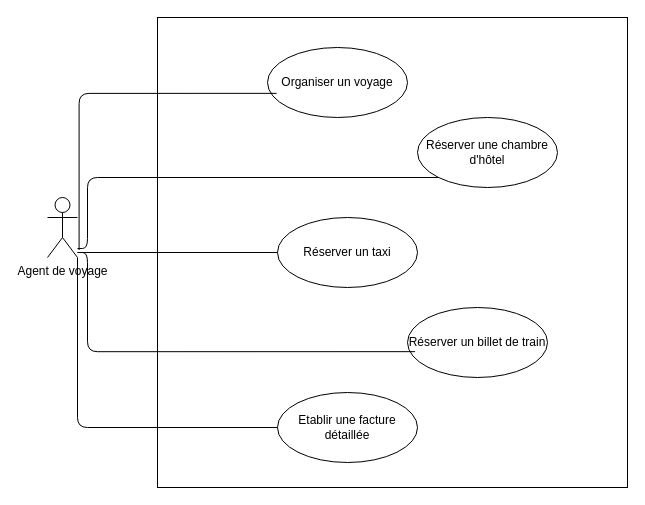
Earlier version of the draw.io diagram Untitled Diagram.drawio (M-benrhabra/UML). Source tidied: cells renumbered, new cells numbered last; positions are measured from the earlier drawing's top-left corner, leaving out a move shared by most shapes. Both pictures are drawn from the tidied source at 100%, with x=0, y=0 at pixel (47, 17).
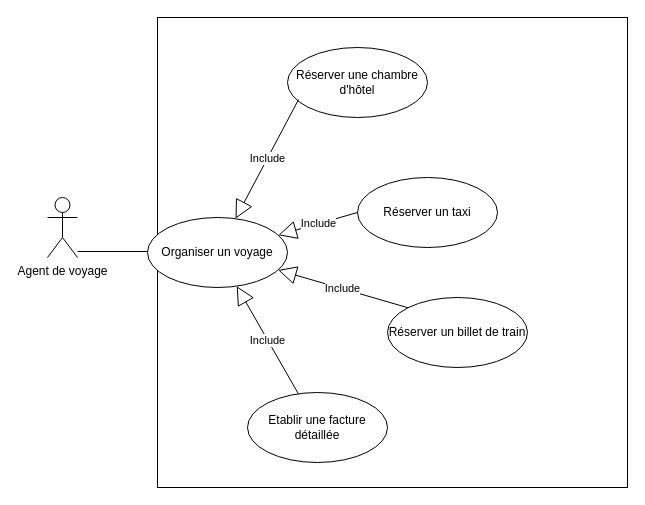
The same diagram, later.

What changed in the source:
```diff
@@
 <mxGraphModel>
   <root>
     <mxCell id="0" />
     <mxCell id="1" parent="0" />
     <mxCell id="2" style="whiteSpace=wrap;html=1;" parent="1" vertex="1">
       <mxGeometry x="110" width="470" height="470" as="geometry" />
     </mxCell>
     <mxCell id="3" value="Agent de voyage" style="shape=umlActor;verticalLabelPosition=bottom;verticalAlign=top;html=1;" parent="1" vertex="1">
       <mxGeometry y="180" width="30" height="60" as="geometry" />
     </mxCell>
     <mxCell id="4" value="Organiser un voyage" style="ellipse;whiteSpace=wrap;html=1;" parent="1" vertex="1">
-      <mxGeometry x="220" y="30" width="140" height="70" as="geometry" />
+      <mxGeometry x="100" y="200" width="140" height="70" as="geometry" />
     </mxCell>
     <mxCell id="5" value="Réserver une chambre d'hôtel" style="ellipse;whiteSpace=wrap;html=1;" parent="1" vertex="1">
-      <mxGeometry x="370" y="100" width="140" height="70" as="geometry" />
+      <mxGeometry x="240" y="30" width="140" height="70" as="geometry" />
     </mxCell>
     <mxCell id="6" value="Réserver un taxi" style="ellipse;whiteSpace=wrap;html=1;" parent="1" vertex="1">
-      <mxGeometry x="230" y="200" width="140" height="70" as="geometry" />
+      <mxGeometry x="310" y="160" width="140" height="70" as="geometry" />
     </mxCell>
     <mxCell id="7" value="Réserver un billet de train" style="ellipse;whiteSpace=wrap;html=1;" parent="1" vertex="1">
-      <mxGeometry x="360" y="290" width="140" height="70" as="geometry" />
+      <mxGeometry x="340" y="280" width="140" height="70" as="geometry" />
     </mxCell>
     <mxCell id="8" value="Etablir une facture détaillée" style="ellipse;whiteSpace=wrap;html=1;" parent="1" vertex="1">
-      <mxGeometry x="230" y="375" width="140" height="70" as="geometry" />
+      <mxGeometry x="200" y="375" width="140" height="70" as="geometry" />
     </mxCell>
-    <mxCell id="9" style="line;strokeWidth=1;fillColor=none;align=left;verticalAlign=middle;spacingTop=-1;spacingLeft=3;spacingRight=3;labelPosition=right;points=[];portConstraint=eastwest;" parent="1" vertex="1">
-      <mxGeometry x="30" y="231" width="200" height="8" as="geometry" />
-    </mxCell>
-    <mxCell id="10" style="endArrow=none;html=1;edgeStyle=orthogonalEdgeStyle;entryX=0.065;entryY=0.655;entryDx=0;entryDy=0;entryPerimeter=0;exitX=0.008;exitY=0.187;exitDx=0;exitDy=0;exitPerimeter=0;" parent="1" edge="1" source="9" target="4">
-      <mxGeometry relative="1" as="geometry">
-        <Array as="points">
-          <mxPoint x="32" y="76" />
-        </Array>
-      </mxGeometry>
-    </mxCell>
-    <mxCell id="11" style="endArrow=none;html=1;edgeStyle=orthogonalEdgeStyle;" parent="1" edge="1" target="5">
-      <mxGeometry relative="1" as="geometry">
-        <mxPoint x="30" y="231" as="sourcePoint" />
-        <Array as="points">
-          <mxPoint x="40" y="160" />
-        </Array>
-      </mxGeometry>
-    </mxCell>
-    <mxCell id="12" style="endArrow=none;html=1;edgeStyle=orthogonalEdgeStyle;entryX=0.054;entryY=0.631;entryDx=0;entryDy=0;entryPerimeter=0;" parent="1" edge="1" target="7">
-      <mxGeometry relative="1" as="geometry">
-        <mxPoint x="30" y="235" as="sourcePoint" />
-        <Array as="points">
-          <mxPoint x="40" y="334" />
-        </Array>
-      </mxGeometry>
-    </mxCell>
-    <mxCell id="13" style="endArrow=none;html=1;edgeStyle=orthogonalEdgeStyle;" parent="1" edge="1" source="3" target="8">
-      <mxGeometry relative="1" as="geometry">
-        <Array as="points">
-          <mxPoint x="30" y="410" />
-        </Array>
-      </mxGeometry>
-    </mxCell>
+    <mxCell id="14" style="line;strokeWidth=1;fillColor=none;align=left;verticalAlign=middle;spacingTop=-1;spacingLeft=3;spacingRight=3;labelPosition=right;" parent="1" vertex="1">
+      <mxGeometry x="30" y="230" width="70" height="8" as="geometry" />
+    </mxCell>
+    <mxCell id="15" value="Include" style="endArrow=block;endSize=16;endFill=0;html=1;exitX=0;exitY=0;exitDx=0;exitDy=0;" parent="1" edge="1" source="7" target="4">
+      <mxGeometry relative="1" as="geometry" />
+    </mxCell>
+    <mxCell id="16" value="Include" style="endArrow=block;endSize=16;endFill=0;html=1;" parent="1" edge="1" source="8" target="4">
+      <mxGeometry relative="1" as="geometry" />
+    </mxCell>
+    <mxCell id="17" value="Include" style="endArrow=block;endSize=16;endFill=0;html=1;exitX=0;exitY=0.5;exitDx=0;exitDy=0;" parent="1" edge="1" source="6" target="4">
+      <mxGeometry relative="1" as="geometry" />
+    </mxCell>
+    <mxCell id="18" value="Include" style="endArrow=block;endSize=16;endFill=0;html=1;exitX=0.079;exitY=0.743;exitDx=0;exitDy=0;exitPerimeter=0;" parent="1" edge="1" source="5" target="4">
+      <mxGeometry relative="1" as="geometry" />
+    </mxCell>
   </root>
 </mxGraphModel>
```
